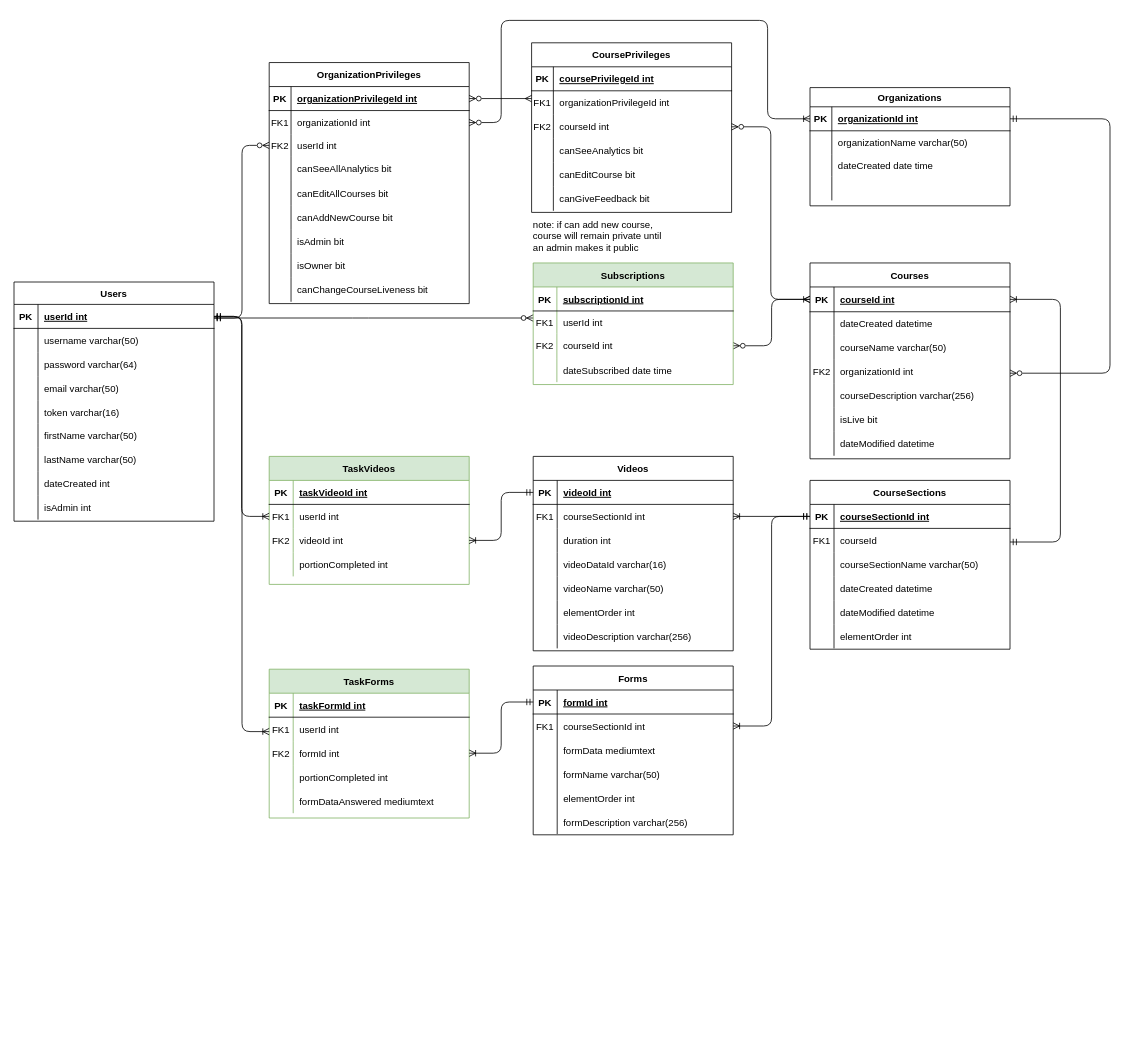
Earlier version of the draw.io diagram docs/MOOC.drawio (Chai112/MOOC). Source tidied: cells renumbered, new cells numbered last; positions are measured from the earlier drawing's top-left corner, leaving out a move shared by most shapes. Both pictures are drawn from the tidied source at 80%, with x=0, y=0 at pixel (14, 20).
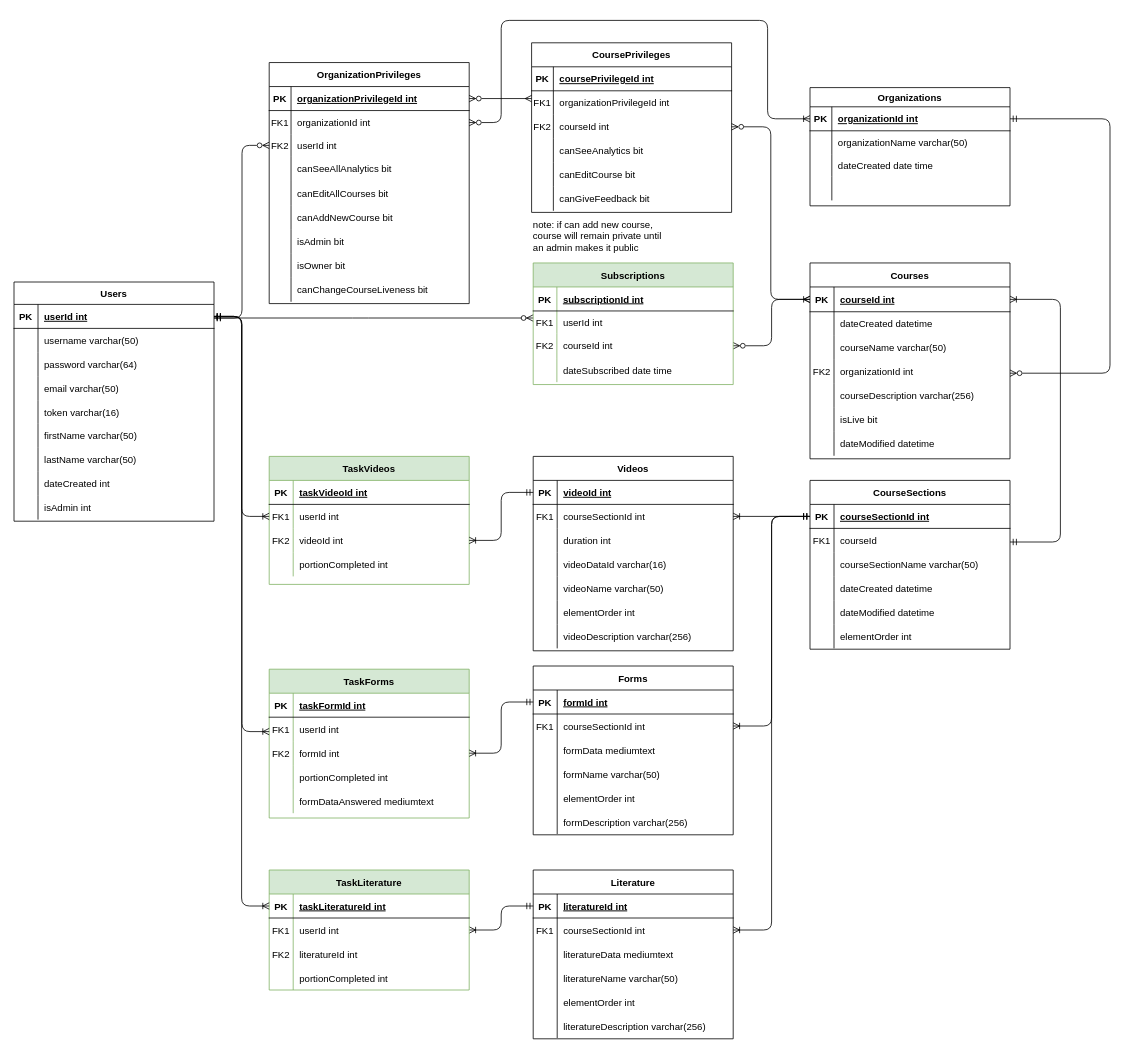
After the change.

Unchanged cells that the change refers to:
```xml
<mxCell id="40" style="shape=partialRectangle;fillColor=none;points=[[0,0.5],[1,0.5]];portConstraint=eastwest;top=0;left=0;right=0;bottom=1;" parent="39" vertex="1">
  <mxGeometry y="28" width="250" height="30" as="geometry" />
</mxCell>
<mxCell id="90" style="shape=partialRectangle;fillColor=none;points=[[0,0.5],[1,0.5]];portConstraint=eastwest;top=0;left=0;right=0;bottom=1;" parent="89" vertex="1">
  <mxGeometry y="30" width="250" height="30" as="geometry" />
</mxCell>
```

Diff of the diagram source:
```diff
@@
+    <mxCell id="229" value="Literature" style="shape=table;startSize=30;childLayout=tableLayout;rowLines=0;fontStyle=1;align=center;" parent="1" vertex="1">
+      <mxGeometry x="649" y="1062" width="250" height="211" as="geometry" />
+    </mxCell>
+    <mxCell id="230" style="shape=partialRectangle;fillColor=none;points=[[0,0.5],[1,0.5]];portConstraint=eastwest;top=0;left=0;right=0;bottom=1;" parent="229" vertex="1">
+      <mxGeometry y="30" width="250" height="30" as="geometry" />
+    </mxCell>
+    <mxCell id="231" value="PK" style="shape=partialRectangle;overflow=hidden;fillColor=none;top=0;left=0;bottom=0;right=0;fontStyle=1;" parent="230" vertex="1">
+      <mxGeometry width="30" height="30" as="geometry" />
+    </mxCell>
+    <mxCell id="232" value="literatureId int" style="shape=partialRectangle;overflow=hidden;fillColor=none;top=0;left=0;bottom=0;right=0;align=left;spacingLeft=6;fontStyle=5;" parent="230" vertex="1">
+      <mxGeometry x="30" width="220" height="30" as="geometry" />
+    </mxCell>
+    <mxCell id="233" style="shape=partialRectangle;fillColor=none;points=[[0,0.5],[1,0.5]];portConstraint=eastwest;top=0;left=0;right=0;bottom=0;" parent="229" vertex="1">
+      <mxGeometry y="60" width="250" height="30" as="geometry" />
+    </mxCell>
+    <mxCell id="234" value="FK1" style="shape=partialRectangle;overflow=hidden;fillColor=none;top=0;left=0;bottom=0;right=0;" parent="233" vertex="1">
+      <mxGeometry width="30" height="30" as="geometry" />
+    </mxCell>
+    <mxCell id="235" value="courseSectionId int" style="shape=partialRectangle;overflow=hidden;fillColor=none;top=0;left=0;bottom=0;right=0;align=left;spacingLeft=6;" parent="233" vertex="1">
+      <mxGeometry x="30" width="220" height="30" as="geometry" />
+    </mxCell>
+    <mxCell id="236" style="shape=partialRectangle;fillColor=none;top=0;left=0;right=0;bottom=0;" parent="229" vertex="1">
+      <mxGeometry y="90" width="250" height="30" as="geometry" />
+    </mxCell>
+    <mxCell id="237" style="shape=partialRectangle;overflow=hidden;fillColor=none;top=0;left=0;bottom=0;right=0;" parent="236" vertex="1">
+      <mxGeometry width="30" height="30" as="geometry" />
+    </mxCell>
+    <mxCell id="238" value="literatureData mediumtext" style="shape=partialRectangle;overflow=hidden;fillColor=none;top=0;left=0;bottom=0;right=0;align=left;spacingLeft=6;" parent="236" vertex="1">
+      <mxGeometry x="30" width="220" height="30" as="geometry" />
+    </mxCell>
+    <mxCell id="239" style="shape=partialRectangle;fillColor=none;top=0;left=0;right=0;bottom=0;" parent="229" vertex="1">
+      <mxGeometry y="120" width="250" height="30" as="geometry" />
+    </mxCell>
+    <mxCell id="240" style="shape=partialRectangle;overflow=hidden;fillColor=none;top=0;left=0;bottom=0;right=0;" parent="239" vertex="1">
+      <mxGeometry width="30" height="30" as="geometry" />
+    </mxCell>
+    <mxCell id="241" value="literatureName varchar(50)" style="shape=partialRectangle;overflow=hidden;fillColor=none;top=0;left=0;bottom=0;right=0;align=left;spacingLeft=6;" parent="239" vertex="1">
+      <mxGeometry x="30" width="220" height="30" as="geometry" />
+    </mxCell>
+    <mxCell id="242" style="shape=partialRectangle;fillColor=none;top=0;left=0;right=0;bottom=0;" parent="229" vertex="1">
+      <mxGeometry y="150" width="250" height="30" as="geometry" />
+    </mxCell>
+    <mxCell id="243" style="shape=partialRectangle;overflow=hidden;fillColor=none;top=0;left=0;bottom=0;right=0;" parent="242" vertex="1">
+      <mxGeometry width="30" height="30" as="geometry" />
+    </mxCell>
+    <mxCell id="244" value="elementOrder int" style="shape=partialRectangle;overflow=hidden;fillColor=none;top=0;left=0;bottom=0;right=0;align=left;spacingLeft=6;" parent="242" vertex="1">
+      <mxGeometry x="30" width="220" height="30" as="geometry" />
+    </mxCell>
+    <mxCell id="245" style="shape=partialRectangle;fillColor=none;top=0;left=0;right=0;bottom=0;" parent="229" vertex="1">
+      <mxGeometry y="180" width="250" height="30" as="geometry" />
+    </mxCell>
+    <mxCell id="246" style="shape=partialRectangle;overflow=hidden;fillColor=none;top=0;left=0;bottom=0;right=0;" parent="245" vertex="1">
+      <mxGeometry width="30" height="30" as="geometry" />
+    </mxCell>
+    <mxCell id="247" value="literatureDescription varchar(256)" style="shape=partialRectangle;overflow=hidden;fillColor=none;top=0;left=0;bottom=0;right=0;align=left;spacingLeft=6;" parent="245" vertex="1">
+      <mxGeometry x="30" width="220" height="30" as="geometry" />
+    </mxCell>
+    <mxCell id="248" style="edgeStyle=orthogonalEdgeStyle;rounded=1;jettySize=auto;html=1;entryX=0;entryY=0.5;entryDx=0;entryDy=0;startArrow=ERoneToMany;startFill=0;endArrow=ERmandOne;endFill=0;" parent="1" edge="1" source="249" target="230">
+      <mxGeometry relative="1" as="geometry" />
+    </mxCell>
+    <mxCell id="249" value="TaskLiterature" style="shape=table;startSize=30;childLayout=tableLayout;rowLines=0;fontStyle=1;align=center;fillColor=#d5e8d4;strokeColor=#82b366;" parent="1" vertex="1">
+      <mxGeometry x="319" y="1062" width="250" height="150" as="geometry" />
+    </mxCell>
+    <mxCell id="250" style="shape=partialRectangle;fillColor=none;points=[[0,0.5],[1,0.5]];portConstraint=eastwest;top=0;left=0;right=0;bottom=1;" parent="249" vertex="1">
+      <mxGeometry y="30" width="250" height="30" as="geometry" />
+    </mxCell>
+    <mxCell id="251" value="PK" style="shape=partialRectangle;overflow=hidden;fillColor=none;top=0;left=0;bottom=0;right=0;fontStyle=1;" parent="250" vertex="1">
+      <mxGeometry width="30" height="30" as="geometry" />
+    </mxCell>
+    <mxCell id="252" value="taskLiteratureId int" style="shape=partialRectangle;overflow=hidden;fillColor=none;top=0;left=0;bottom=0;right=0;align=left;spacingLeft=6;fontStyle=5;" parent="250" vertex="1">
+      <mxGeometry x="30" width="220" height="30" as="geometry" />
+    </mxCell>
+    <mxCell id="253" style="shape=partialRectangle;fillColor=none;top=0;left=0;right=0;bottom=0;" parent="249" vertex="1">
+      <mxGeometry y="60" width="250" height="30" as="geometry" />
+    </mxCell>
+    <mxCell id="254" value="FK1" style="shape=partialRectangle;overflow=hidden;fillColor=none;top=0;left=0;bottom=0;right=0;" parent="253" vertex="1">
+      <mxGeometry width="30" height="30" as="geometry" />
+    </mxCell>
+    <mxCell id="255" value="userId int" style="shape=partialRectangle;overflow=hidden;fillColor=none;top=0;left=0;bottom=0;right=0;align=left;spacingLeft=6;" parent="253" vertex="1">
+      <mxGeometry x="30" width="220" height="30" as="geometry" />
+    </mxCell>
+    <mxCell id="256" style="shape=partialRectangle;fillColor=none;top=0;left=0;right=0;bottom=0;" parent="249" vertex="1">
+      <mxGeometry y="90" width="250" height="30" as="geometry" />
+    </mxCell>
+    <mxCell id="257" value="FK2" style="shape=partialRectangle;overflow=hidden;fillColor=none;top=0;left=0;bottom=0;right=0;" parent="256" vertex="1">
+      <mxGeometry width="30" height="30" as="geometry" />
+    </mxCell>
+    <mxCell id="258" value="literatureId int" style="shape=partialRectangle;overflow=hidden;fillColor=none;top=0;left=0;bottom=0;right=0;align=left;spacingLeft=6;" parent="256" vertex="1">
+      <mxGeometry x="30" width="220" height="30" as="geometry" />
+    </mxCell>
+    <mxCell id="259" style="shape=partialRectangle;fillColor=none;top=0;left=0;right=0;bottom=0;" parent="249" vertex="1">
+      <mxGeometry y="120" width="250" height="30" as="geometry" />
+    </mxCell>
+    <mxCell id="260" style="shape=partialRectangle;overflow=hidden;fillColor=none;top=0;left=0;bottom=0;right=0;" parent="259" vertex="1">
+      <mxGeometry width="30" height="30" as="geometry" />
+    </mxCell>
+    <mxCell id="261" value="portionCompleted int" style="shape=partialRectangle;overflow=hidden;fillColor=none;top=0;left=0;bottom=0;right=0;align=left;spacingLeft=6;" parent="259" vertex="1">
+      <mxGeometry x="30" width="220" height="30" as="geometry" />
+    </mxCell>
+    <mxCell id="262" style="edgeStyle=orthogonalEdgeStyle;rounded=1;jettySize=auto;html=1;startArrow=ERoneToMany;startFill=0;endArrow=ERmandOne;endFill=0;" parent="1" edge="1" source="250" target="40">
+      <mxGeometry relative="1" as="geometry" />
+    </mxCell>
+    <mxCell id="263" style="edgeStyle=orthogonalEdgeStyle;rounded=1;jettySize=auto;html=1;startArrow=ERoneToMany;startFill=0;endArrow=ERmandOne;endFill=0;" parent="1" edge="1" source="233" target="90">
+      <mxGeometry relative="1" as="geometry" />
+    </mxCell>
```
